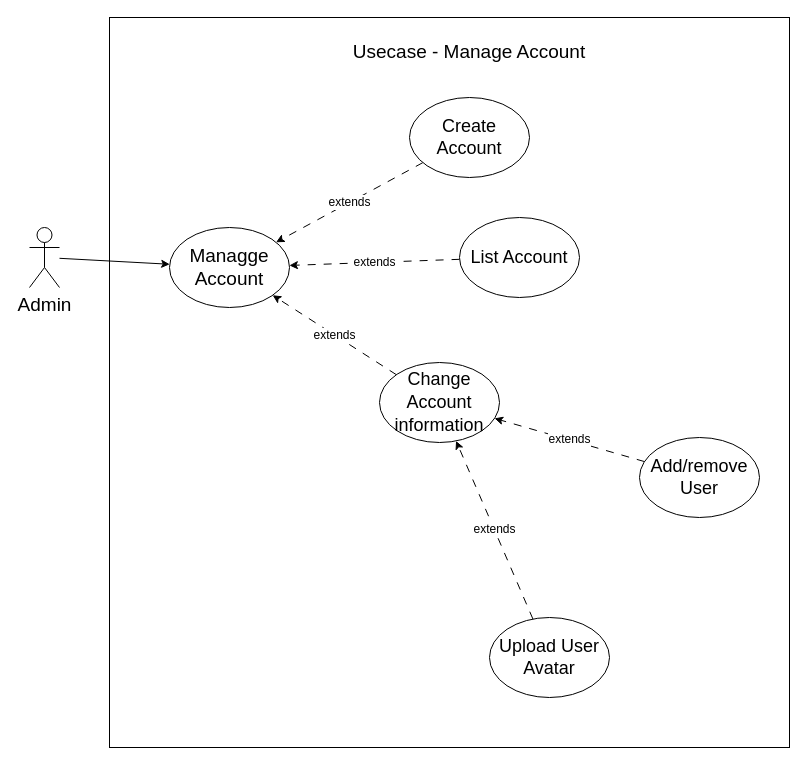
The draw.io diagram Diagram/Usecase breakup/Usecase - Manage Account.drawio in NotAsea/Hocviec, before the edit. Source tidied: cells renumbered, new cells numbered last; positions are measured from the earlier drawing's top-left corner, leaving out a move shared by most shapes. Both pictures are drawn from the tidied source at 100%, with x=0, y=0 at pixel (29, 17).
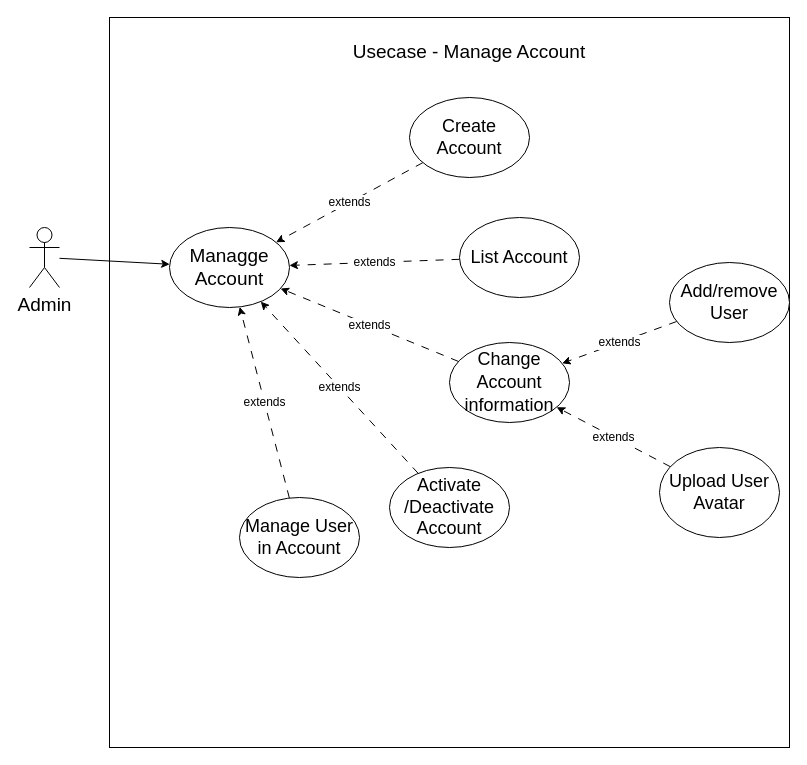
The same page after the edit.

The change refers to these unchanged cells:
```xml
<mxCell id="6" value="Managge Account" style="ellipse;whiteSpace=wrap;html=1;fontFamily=Helvetica;fontSize=19;" parent="1" vertex="1">
  <mxGeometry x="140" y="210" width="120" height="80" as="geometry" />
</mxCell>
```

What changed in the source:
```diff
@@
     <mxCell id="8" value="&lt;font style=&quot;font-size: 18px;&quot;&gt;Change Account information&lt;br&gt;&lt;/font&gt;" style="ellipse;whiteSpace=wrap;html=1;fontFamily=Helvetica;fontSize=19;" parent="1" vertex="1">
-      <mxGeometry x="350" y="345" width="120" height="80" as="geometry" />
+      <mxGeometry x="420" y="325" width="120" height="80" as="geometry" />
     </mxCell>
@@
     <mxCell id="10" value="Upload User Avatar" style="ellipse;whiteSpace=wrap;html=1;fontFamily=Helvetica;fontSize=18;" parent="1" vertex="1">
-      <mxGeometry x="460" y="600" width="120" height="80" as="geometry" />
+      <mxGeometry x="630" y="430" width="120" height="90" as="geometry" />
     </mxCell>
@@
     <mxCell id="16" value="Add/remove User" style="ellipse;whiteSpace=wrap;html=1;fontFamily=Helvetica;fontSize=18;" parent="1" vertex="1">
-      <mxGeometry x="610" y="420" width="120" height="80" as="geometry" />
+      <mxGeometry x="640" y="245" width="120" height="80" as="geometry" />
     </mxCell>
+    <mxCell id="17" value="extends" style="edgeStyle=none;rounded=0;jettySize=auto;html=1;dashed=1;dashPattern=8 8;fontFamily=Helvetica;fontSize=12;" parent="1" edge="1" source="18" target="6">
+      <mxGeometry relative="1" as="geometry" />
+    </mxCell>
+    <mxCell id="18" value="Activate&lt;br&gt;/Deactivate Account" style="ellipse;whiteSpace=wrap;html=1;fontFamily=Helvetica;fontSize=18;" parent="1" vertex="1">
+      <mxGeometry x="360" y="450" width="120" height="80" as="geometry" />
+    </mxCell>
+    <mxCell id="19" value="extends" style="edgeStyle=none;rounded=0;jettySize=auto;html=1;dashed=1;dashPattern=8 8;fontFamily=Helvetica;fontSize=12;" parent="1" edge="1" source="20" target="6">
+      <mxGeometry relative="1" as="geometry" />
+    </mxCell>
+    <mxCell id="20" value="Manage User in Account" style="ellipse;whiteSpace=wrap;html=1;fontFamily=Helvetica;fontSize=18;" parent="1" vertex="1">
+      <mxGeometry x="210" y="480" width="120" height="80" as="geometry" />
+    </mxCell>
```
